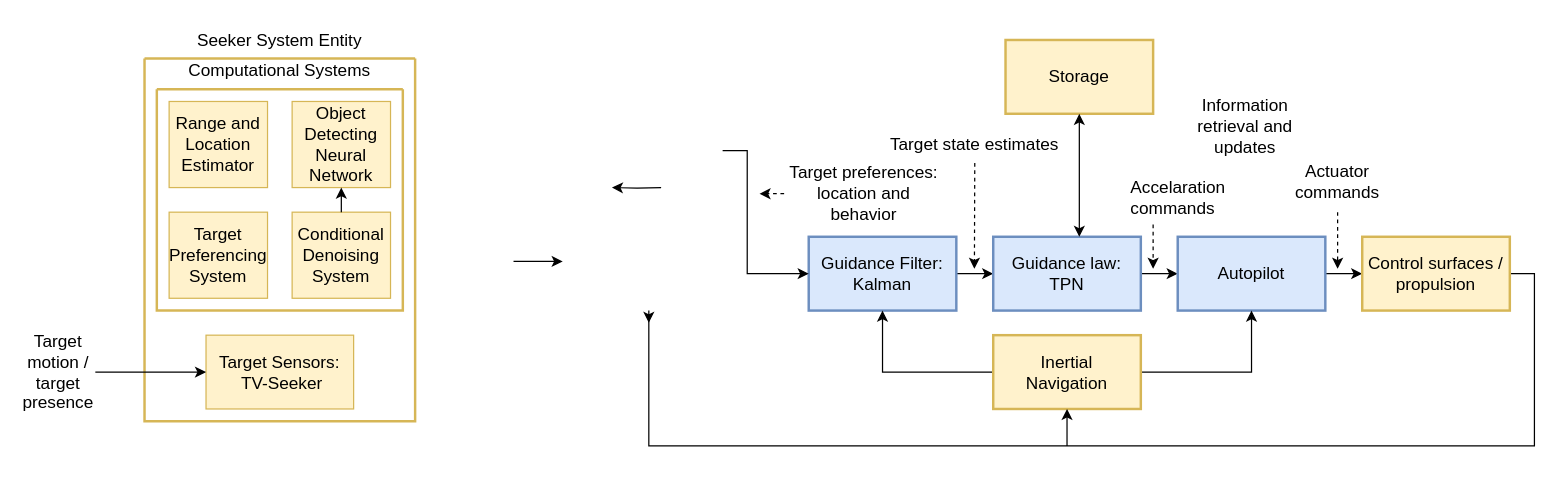
Earlier version of the draw.io diagram Control-Topology.drawio (jukkajo/satunnaista-tavaraa). Source tidied: cells renumbered, new cells numbered last; positions are measured from the earlier drawing's top-left corner, leaving out a move shared by most shapes. Both pictures are drawn from the tidied source at 123%, with x=0, y=0 at pixel (21, 21).
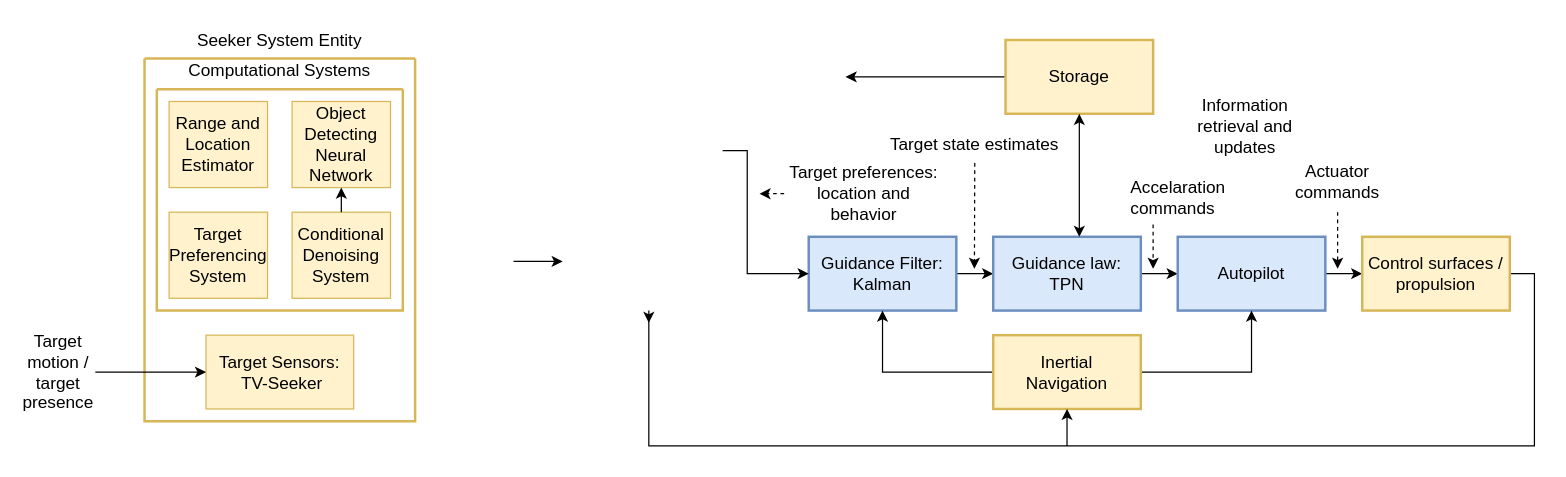
After the change.

Unchanged cells that the change refers to:
```xml
<mxCell id="31" value="&lt;font style=&quot;font-size: 14px;&quot;&gt;Storage&lt;br&gt;&lt;/font&gt;" style="rounded=0;whiteSpace=wrap;html=1;fillColor=#fff2cc;strokeColor=#d6b656;strokeWidth=2;" parent="1" vertex="1">
  <mxGeometry x="800" y="15" width="120" height="60" as="geometry" />
</mxCell>
```

The edit, as a diff of the source:
```diff
@@
-    <mxCell id="5" style="edgeStyle=orthogonalEdgeStyle;rounded=0;orthogonalLoop=1;jettySize=auto;html=1;" parent="1" edge="1">
+    <mxCell id="5" style="edgeStyle=orthogonalEdgeStyle;rounded=0;jettySize=auto;html=1;exitX=0;exitY=0.5;exitDx=0;exitDy=0;" parent="1" edge="1" source="31">
       <mxGeometry relative="1" as="geometry">
-        <mxPoint x="520" y="135" as="sourcePoint" />
-        <mxPoint x="480" y="135" as="targetPoint" />
+        <mxPoint x="670" y="45" as="targetPoint" />
       </mxGeometry>
     </mxCell>
```
